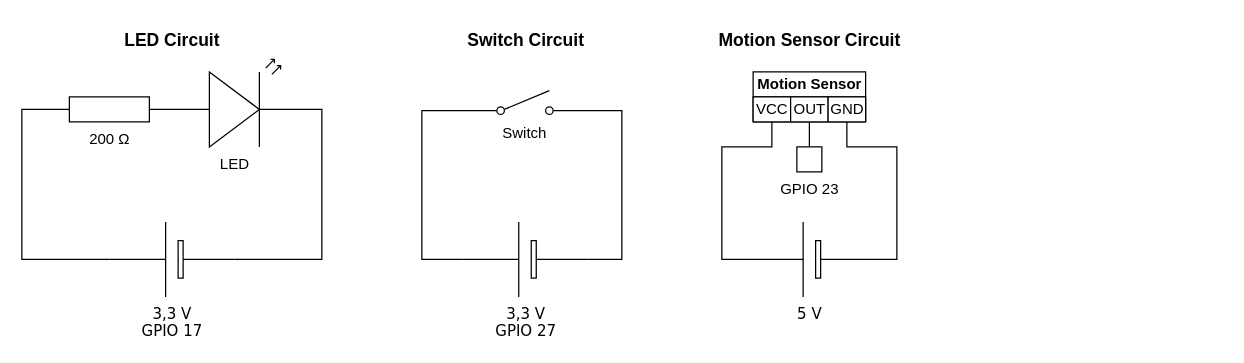
Before: #Electrical_Schematics.drawio in j-ayf/raspberryPi-Projects, a draw.io diagram. Source tidied: cells renumbered, new cells numbered last; positions are measured from the earlier drawing's top-left corner, leaving out a move shared by most shapes. Both pictures are drawn from the tidied source at 125%, with x=0, y=0 at pixel (46, 21).
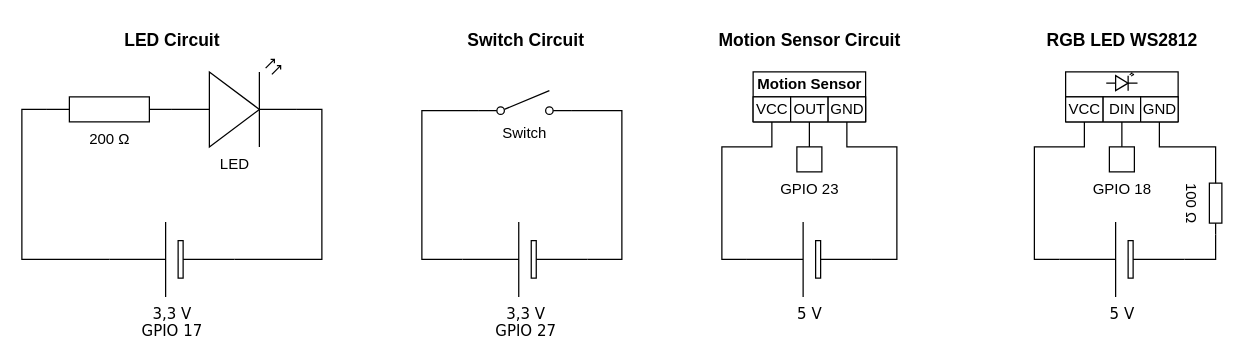
After the change.

Commit message (it also covers changes not shown here):
Add schematics and PIN documentation for RGB LED WS2812

Diff of the diagram source:
```diff
@@
+    <mxCell id="23" style="edgeStyle=orthogonalEdgeStyle;rounded=0;jettySize=auto;html=1;exitX=1;exitY=0.5;exitDx=0;exitDy=0;exitPerimeter=0;entryX=0.5;entryY=1;entryDx=0;entryDy=0;endArrow=none;endFill=0;" parent="1" edge="1" source="24" target="28">
+      <mxGeometry relative="1" as="geometry">
+        <Array as="points">
+          <mxPoint x="790" y="190" />
+          <mxPoint x="790" y="100" />
+          <mxPoint x="830" y="100" />
+        </Array>
+      </mxGeometry>
+    </mxCell>
+    <mxCell id="24" value="5 V" style="verticalLabelPosition=bottom;shadow=0;dashed=0;align=center;fillColor=default;html=1;verticalAlign=top;strokeWidth=1;shape=mxgraph.electrical.miscellaneous.monocell_battery;rounded=1;comic=0;labelBackgroundColor=none;fontFamily=Verdana;fontSize=12;flipH=1;" parent="1" vertex="1">
+      <mxGeometry x="810" y="160" width="100" height="60" as="geometry" />
+    </mxCell>
+    <mxCell id="25" style="edgeStyle=orthogonalEdgeStyle;rounded=0;jettySize=auto;html=1;exitX=1;exitY=0.5;exitDx=0;exitDy=0;exitPerimeter=0;endArrow=none;endFill=0;" parent="1" edge="1" source="26" target="24">
+      <mxGeometry relative="1" as="geometry" />
+    </mxCell>
+    <mxCell id="26" value="100 &lt;span class=&quot;LrzXr kno-fv wHYlTd z8gr9e&quot;&gt;Ω&lt;/span&gt;" style="verticalLabelPosition=bottom;shadow=0;dashed=0;align=center;html=1;verticalAlign=top;shape=mxgraph.electrical.resistors.resistor_1;rotation=90;" parent="1" vertex="1">
+      <mxGeometry x="910" y="140" width="50" height="10" as="geometry" />
+    </mxCell>
+    <mxCell id="27" style="swimlane;startSize=20;html=1;swimlaneLine=1;swimlaneHead=1;" parent="1" vertex="1">
+      <mxGeometry x="815" y="40" width="90" height="40" as="geometry" />
+    </mxCell>
+    <mxCell id="28" value="VCC" style="swimlane;startSize=20;html=1;swimlaneLine=1;glass=0;sketch=0;shadow=0;fillColor=default;swimlaneFillColor=none;fontStyle=0;" parent="27" vertex="1">
+      <mxGeometry y="20" width="30" height="20" as="geometry" />
+    </mxCell>
+    <mxCell id="29" value="DIN" style="swimlane;startSize=20;html=1;fontStyle=0;" parent="27" vertex="1">
+      <mxGeometry x="30" y="20" width="30" height="20" as="geometry" />
+    </mxCell>
+    <mxCell id="30" value="GND" style="swimlane;startSize=20;html=1;fontStyle=0;" parent="27" vertex="1">
+      <mxGeometry x="60" y="20" width="30" height="20" as="geometry" />
+    </mxCell>
+    <mxCell id="31" style="verticalLabelPosition=bottom;shadow=0;dashed=0;align=center;html=1;verticalAlign=top;shape=mxgraph.electrical.opto_electronics.led_2;" parent="1" vertex="1">
+      <mxGeometry x="847.5" y="41" width="25" height="14" as="geometry" />
+    </mxCell>
+    <mxCell id="32" style="edgeStyle=orthogonalEdgeStyle;rounded=0;jettySize=auto;html=1;exitX=0.5;exitY=0;exitDx=0;exitDy=0;entryX=0.5;entryY=1;entryDx=0;entryDy=0;endArrow=none;endFill=0;" parent="1" edge="1" source="33" target="29">
+      <mxGeometry relative="1" as="geometry" />
+    </mxCell>
+    <mxCell id="33" value="&lt;div&gt;GPIO 18&lt;/div&gt;" style="html=1;verticalAlign=top;labelPosition=center;verticalLabelPosition=bottom;align=center;" parent="1" vertex="1">
+      <mxGeometry x="850" y="100" width="20" height="20" as="geometry" />
+    </mxCell>
+    <mxCell id="34" style="edgeStyle=orthogonalEdgeStyle;rounded=0;jettySize=auto;html=1;exitX=0.5;exitY=1;exitDx=0;exitDy=0;entryX=0;entryY=0.5;entryDx=0;entryDy=0;entryPerimeter=0;endArrow=none;endFill=0;" parent="1" edge="1" source="30" target="26">
+      <mxGeometry relative="1" as="geometry" />
+    </mxCell>
+    <mxCell id="35" value="RGB LED WS2812" style="text;html=1;align=center;verticalAlign=middle;strokeColor=none;fillColor=none;fontSize=14;fontStyle=1;" parent="1" vertex="1">
+      <mxGeometry x="790" width="140" height="30" as="geometry" />
+    </mxCell>
```
